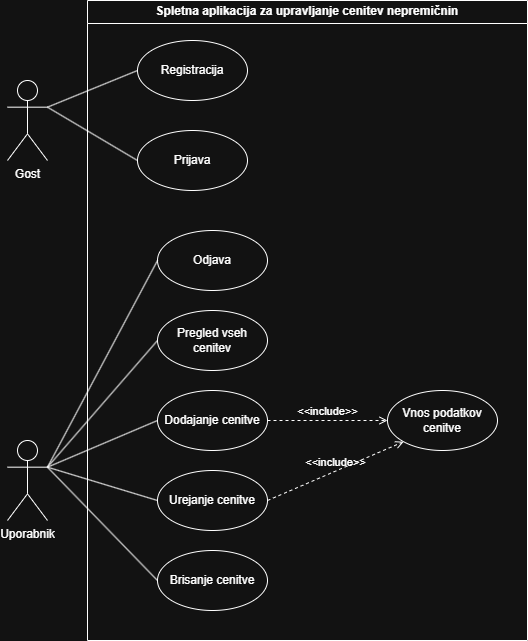
This is documents/cenitve_app_dpu.drawio.png from LeoMasevski/cenitve-app, a draw.io export, as it was before one commit. Source tidied: cells renumbered, new cells last; positions are measured from the earlier drawing's top-left corner, leaving out a move shared by most shapes.
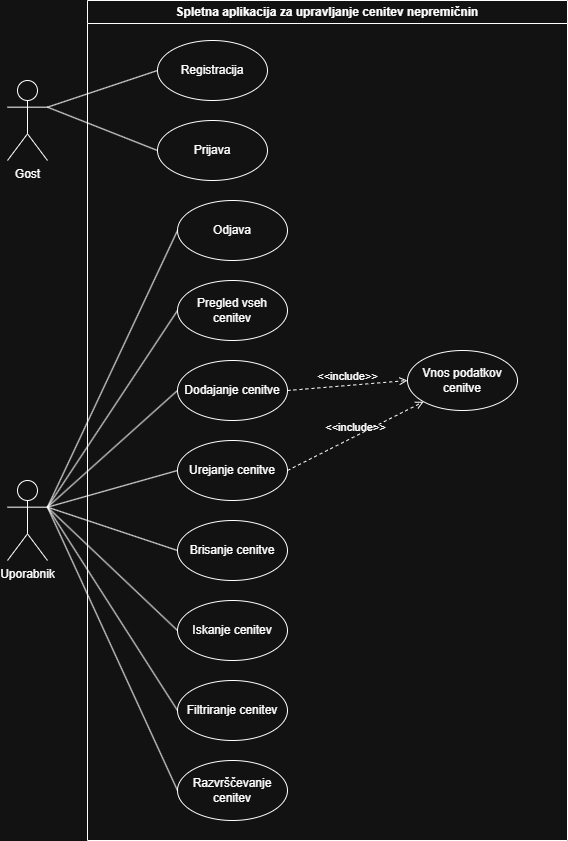
Above is the later version.

Diff of the diagram source:
```diff
@@ -3,31 +3,31 @@
     <mxCell id="0" />
     <mxCell id="1" parent="0" />
     <mxCell id="2" value="Spletna aplikacija za upravljanje cenitev nepremičnin" style="swimlane;whiteSpace=wrap;html=1;" parent="1" vertex="1">
-      <mxGeometry x="80" width="440" height="640" as="geometry" />
+      <mxGeometry x="80" width="480" height="840" as="geometry" />
     </mxCell>
     <mxCell id="3" value="Registracija" style="ellipse;whiteSpace=wrap;html=1;" parent="2" vertex="1">
-      <mxGeometry x="50" y="40" width="110" height="60" as="geometry" />
+      <mxGeometry x="70" y="40" width="110" height="60" as="geometry" />
     </mxCell>
     <mxCell id="4" value="Prijava" style="ellipse;whiteSpace=wrap;html=1;" parent="2" vertex="1">
-      <mxGeometry x="50" y="130" width="110" height="60" as="geometry" />
+      <mxGeometry x="70" y="120" width="110" height="60" as="geometry" />
     </mxCell>
     <mxCell id="5" value="Odjava" style="ellipse;whiteSpace=wrap;html=1;" parent="2" vertex="1">
-      <mxGeometry x="70" y="230" width="110" height="60" as="geometry" />
+      <mxGeometry x="90" y="200" width="110" height="60" as="geometry" />
     </mxCell>
     <mxCell id="6" value="Pregled vseh cenitev" style="ellipse;whiteSpace=wrap;html=1;" parent="2" vertex="1">
-      <mxGeometry x="70" y="310" width="110" height="60" as="geometry" />
+      <mxGeometry x="90" y="280" width="110" height="60" as="geometry" />
     </mxCell>
     <mxCell id="7" value="Dodajanje cenitve" style="ellipse;whiteSpace=wrap;html=1;" parent="2" vertex="1">
-      <mxGeometry x="70" y="390" width="110" height="60" as="geometry" />
+      <mxGeometry x="90" y="360" width="110" height="60" as="geometry" />
     </mxCell>
     <mxCell id="8" value="Urejanje cenitve" style="ellipse;whiteSpace=wrap;html=1;" parent="2" vertex="1">
-      <mxGeometry x="70" y="470" width="110" height="60" as="geometry" />
+      <mxGeometry x="90" y="440" width="110" height="60" as="geometry" />
     </mxCell>
     <mxCell id="9" value="Brisanje cenitve" style="ellipse;whiteSpace=wrap;html=1;" parent="2" vertex="1">
-      <mxGeometry x="70" y="550" width="110" height="60" as="geometry" />
+      <mxGeometry x="90" y="520" width="110" height="60" as="geometry" />
     </mxCell>
     <mxCell id="10" value="Vnos podatkov cenitve" style="ellipse;whiteSpace=wrap;html=1;" parent="2" vertex="1">
-      <mxGeometry x="300" y="390" width="110" height="60" as="geometry" />
+      <mxGeometry x="320" y="350" width="110" height="60" as="geometry" />
     </mxCell>
     <mxCell id="11" value="&amp;lt;&amp;lt;include&amp;gt;&amp;gt;" style="html=1;verticalAlign=bottom;labelBackgroundColor=none;endArrow=open;endFill=0;dashed=1;rounded=0;entryX=0;entryY=0.5;entryDx=0;entryDy=0;exitX=1;exitY=0.5;exitDx=0;exitDy=0;" parent="2" edge="1" source="7" target="10">
       <mxGeometry relative="1" as="geometry" />
@@ -35,8 +35,17 @@
     <mxCell id="12" value="&amp;lt;&amp;lt;include&amp;gt;&amp;gt;" style="html=1;verticalAlign=bottom;labelBackgroundColor=none;endArrow=open;endFill=0;dashed=1;rounded=0;entryX=0;entryY=1;entryDx=0;entryDy=0;exitX=1;exitY=0.5;exitDx=0;exitDy=0;" parent="2" edge="1" source="8" target="10">
       <mxGeometry relative="1" as="geometry" />
     </mxCell>
+    <mxCell id="22" value="Iskanje cenitev" style="ellipse;whiteSpace=wrap;html=1;" parent="2" vertex="1">
+      <mxGeometry x="90" y="600" width="110" height="60" as="geometry" />
+    </mxCell>
+    <mxCell id="23" value="Filtriranje cenitev" style="ellipse;whiteSpace=wrap;html=1;" parent="2" vertex="1">
+      <mxGeometry x="90" y="680" width="110" height="60" as="geometry" />
+    </mxCell>
+    <mxCell id="24" value="Razvrščevanje cenitev" style="ellipse;whiteSpace=wrap;html=1;" parent="2" vertex="1">
+      <mxGeometry x="90" y="760" width="110" height="60" as="geometry" />
+    </mxCell>
     <mxCell id="13" value="Uporabnik" style="shape=umlActor;verticalLabelPosition=bottom;verticalAlign=top;html=1;outlineConnect=0;" parent="1" vertex="1">
-      <mxGeometry y="440" width="40" height="80" as="geometry" />
+      <mxGeometry y="480" width="40" height="80" as="geometry" />
     </mxCell>
     <mxCell id="14" value="Gost" style="shape=umlActor;verticalLabelPosition=bottom;verticalAlign=top;html=1;outlineConnect=0;" parent="1" vertex="1">
       <mxGeometry y="80" width="40" height="80" as="geometry" />
@@ -44,9 +53,6 @@
     <mxCell id="15" style="endArrow=none;html=1;rounded=0;exitX=1;exitY=0.3333333333333333;exitDx=0;exitDy=0;exitPerimeter=0;entryX=0;entryY=0.5;entryDx=0;entryDy=0;" parent="1" edge="1" source="14" target="3">
       <mxGeometry relative="1" as="geometry" />
     </mxCell>
-    <mxCell id="16" style="endArrow=none;html=1;rounded=0;exitX=1;exitY=0.3333333333333333;exitDx=0;exitDy=0;exitPerimeter=0;entryX=0;entryY=0.5;entryDx=0;entryDy=0;" parent="1" edge="1" source="14" target="4">
-      <mxGeometry relative="1" as="geometry" />
-    </mxCell>
     <mxCell id="17" style="endArrow=none;html=1;rounded=0;exitX=1;exitY=0.3333333333333333;exitDx=0;exitDy=0;exitPerimeter=0;entryX=0;entryY=0.5;entryDx=0;entryDy=0;" parent="1" edge="1" source="13" target="5">
       <mxGeometry relative="1" as="geometry" />
     </mxCell>
@@ -62,5 +68,17 @@
     <mxCell id="21" style="endArrow=none;html=1;rounded=0;exitX=1;exitY=0.3333333333333333;exitDx=0;exitDy=0;exitPerimeter=0;entryX=0;entryY=0.5;entryDx=0;entryDy=0;" parent="1" edge="1" source="13" target="9">
       <mxGeometry relative="1" as="geometry" />
     </mxCell>
+    <mxCell id="25" style="endArrow=none;html=1;rounded=0;exitX=1;exitY=0.3333333333333333;exitDx=0;exitDy=0;exitPerimeter=0;entryX=0;entryY=0.5;entryDx=0;entryDy=0;" parent="1" edge="1" source="13" target="22">
+      <mxGeometry relative="1" as="geometry" />
+    </mxCell>
+    <mxCell id="26" style="endArrow=none;html=1;rounded=0;exitX=1;exitY=0.3333333333333333;exitDx=0;exitDy=0;exitPerimeter=0;entryX=0;entryY=0.5;entryDx=0;entryDy=0;" parent="1" edge="1" source="13" target="23">
+      <mxGeometry relative="1" as="geometry" />
+    </mxCell>
+    <mxCell id="27" style="endArrow=none;html=1;rounded=0;exitX=1;exitY=0.3333333333333333;exitDx=0;exitDy=0;exitPerimeter=0;entryX=0;entryY=0.5;entryDx=0;entryDy=0;" parent="1" edge="1" source="13" target="24">
+      <mxGeometry relative="1" as="geometry" />
+    </mxCell>
+    <mxCell id="16" style="endArrow=none;html=1;rounded=0;exitX=1;exitY=0.3333333333333333;exitDx=0;exitDy=0;exitPerimeter=0;entryX=0;entryY=0.5;entryDx=0;entryDy=0;" parent="1" edge="1" source="14" target="4">
+      <mxGeometry relative="1" as="geometry" />
+    </mxCell>
   </root>
 </mxGraphModel>
```
